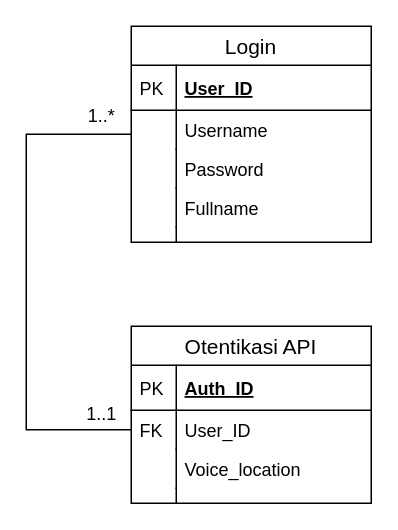
Before: HubTabel.drawio in karageee/Login-system-and-gmm-voice-auth, a draw.io diagram. Source tidied: cells renumbered, new cells numbered last; positions are measured from the earlier drawing's top-left corner, leaving out a move shared by most shapes. Both pictures are drawn from the tidied source at 150%, with x=0, y=0 at pixel (26, 26).
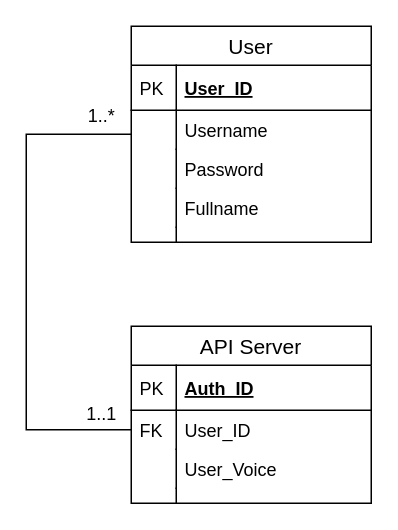
The same page after the edit.

Change to the diagram source:
```diff
@@
-    <mxCell id="2" value="Otentikasi API" style="swimlane;fontStyle=0;horizontal=1;startSize=26;align=center;fontSize=14;" parent="1" vertex="1">
+    <mxCell id="2" value="API Server" style="swimlane;fontStyle=0;horizontal=1;startSize=26;align=center;fontSize=14;" parent="1" vertex="1">
       <mxGeometry x="70" y="200" width="160" height="118" as="geometry" />
     </mxCell>
@@
-    <mxCell id="7" value="Voice_location" style="shape=partialRectangle;top=0;left=0;right=0;bottom=0;align=left;verticalAlign=top;fillColor=none;spacingLeft=34;spacingRight=4;overflow=hidden;fontSize=12;" parent="2" vertex="1">
+    <mxCell id="7" value="User_Voice" style="shape=partialRectangle;top=0;left=0;right=0;bottom=0;align=left;verticalAlign=top;fillColor=none;spacingLeft=34;spacingRight=4;overflow=hidden;fontSize=12;" parent="2" vertex="1">
       <mxGeometry y="82" width="160" height="26" as="geometry" />
     </mxCell>
@@
-    <mxCell id="12" value="Login" style="swimlane;fontStyle=0;horizontal=1;startSize=26;align=center;fontSize=14;" parent="1" vertex="1">
+    <mxCell id="12" value="User" style="swimlane;fontStyle=0;horizontal=1;startSize=26;align=center;fontSize=14;" parent="1" vertex="1">
       <mxGeometry x="70" width="160" height="144" as="geometry" />
     </mxCell>
```
